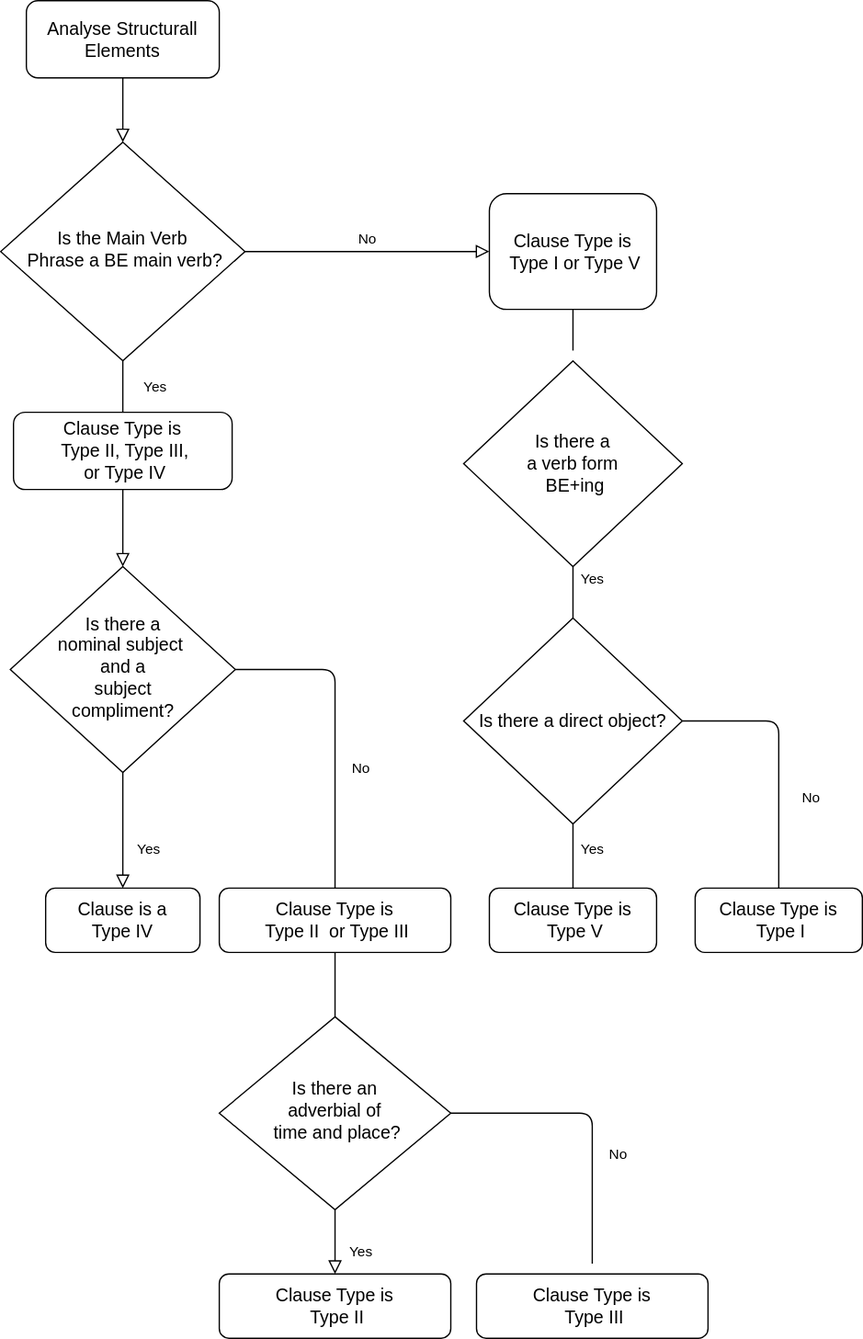
Before: Resources/clause_identification_flowchart.svg, a diagram exported from draw.io (johnosbb/NLP). Source tidied: cells renumbered, new cells last; positions are measured from the earlier drawing's top-left corner, leaving out a move shared by most shapes. The source it was exported from:
```xml
<mxGraphModel>
  <root>
    <mxCell id="0" />
    <mxCell id="1" parent="0" />
    <mxCell id="2" style="rounded=0;html=1;jettySize=auto;fontSize=11;endArrow=block;endFill=0;endSize=8;strokeWidth=1;shadow=0;labelBackgroundColor=none;edgeStyle=orthogonalEdgeStyle;" parent="1" edge="1" source="3" target="6">
      <mxGeometry relative="1" as="geometry" />
    </mxCell>
    <mxCell id="3" value="&lt;font style=&quot;font-size: 14px&quot;&gt;Analyse Structurall Elements&lt;/font&gt;" style="rounded=1;whiteSpace=wrap;html=1;fontSize=12;glass=0;strokeWidth=1;shadow=0;" parent="1" vertex="1">
      <mxGeometry x="20" width="150" height="60" as="geometry" />
    </mxCell>
    <mxCell id="4" value="Yes" style="rounded=0;html=1;jettySize=auto;fontSize=11;endArrow=block;endFill=0;endSize=8;strokeWidth=1;shadow=0;labelBackgroundColor=none;edgeStyle=orthogonalEdgeStyle;startArrow=none;" parent="1" edge="1" source="12" target="9">
      <mxGeometry x="-1" y="84" relative="1" as="geometry">
        <mxPoint x="-59" y="-80" as="offset" />
      </mxGeometry>
    </mxCell>
    <mxCell id="5" value="No" style="edgeStyle=orthogonalEdgeStyle;rounded=0;html=1;jettySize=auto;fontSize=11;endArrow=block;endFill=0;endSize=8;strokeWidth=1;shadow=0;labelBackgroundColor=none;" parent="1" edge="1" source="6" target="7">
      <mxGeometry y="10" relative="1" as="geometry" />
    </mxCell>
    <mxCell id="6" value="&lt;span style=&quot;font-family: &amp;#34;arial&amp;#34; , &amp;#34;helvetica&amp;#34; , sans-serif ; font-size: 14px ; text-align: left ; background-color: rgb(255 , 255 , 255)&quot;&gt;Is the Main Verb&lt;br&gt;&amp;nbsp;Phrase a BE main verb?&lt;/span&gt;" style="rhombus;whiteSpace=wrap;html=1;shadow=0;fontFamily=Helvetica;fontSize=12;align=center;strokeWidth=1;spacing=6;spacingTop=-4;" parent="1" vertex="1">
      <mxGeometry y="110" width="190" height="170" as="geometry" />
    </mxCell>
    <mxCell id="7" value="&lt;span style=&quot;font-family: &amp;#34;arial&amp;#34; , &amp;#34;helvetica&amp;#34; , sans-serif ; font-size: 14px ; text-align: left ; background-color: rgb(255 , 255 , 255)&quot;&gt;Clause Type is&lt;br&gt;&amp;nbsp;Type I or Type V&lt;/span&gt;" style="rounded=1;whiteSpace=wrap;html=1;fontSize=12;glass=0;strokeWidth=1;shadow=0;" parent="1" vertex="1">
      <mxGeometry x="380" y="150" width="130" height="90" as="geometry" />
    </mxCell>
    <mxCell id="8" value="Yes" style="rounded=0;html=1;jettySize=auto;fontSize=11;endArrow=block;endFill=0;endSize=8;strokeWidth=1;shadow=0;labelBackgroundColor=none;edgeStyle=orthogonalEdgeStyle;" parent="1" edge="1" source="9" target="10">
      <mxGeometry x="0.33" y="20" relative="1" as="geometry" />
    </mxCell>
    <mxCell id="9" value="&lt;font style=&quot;font-size: 14px&quot;&gt;Is there a &lt;br&gt;nominal subject&amp;nbsp;&lt;br&gt;&amp;nbsp;and a&amp;nbsp;&lt;br&gt;subject &lt;br&gt;compliment?&lt;/font&gt;" style="rhombus;whiteSpace=wrap;html=1;shadow=0;fontFamily=Helvetica;fontSize=12;align=center;strokeWidth=1;spacing=6;spacingTop=-4;" parent="1" vertex="1">
      <mxGeometry x="7.5" y="440" width="175" height="160" as="geometry" />
    </mxCell>
    <mxCell id="10" value="&lt;span style=&quot;font-family: &amp;#34;arial&amp;#34; , &amp;#34;helvetica&amp;#34; , sans-serif ; font-size: 14px ; text-align: left ; background-color: rgb(255 , 255 , 255)&quot;&gt;Clause is a &lt;br&gt;Type IV&lt;/span&gt;" style="rounded=1;whiteSpace=wrap;html=1;fontSize=12;glass=0;strokeWidth=1;shadow=0;" parent="1" vertex="1">
      <mxGeometry x="35" y="690" width="120" height="50" as="geometry" />
    </mxCell>
    <mxCell id="11" value="&lt;font style=&quot;font-size: 14px&quot;&gt;Is there a &lt;br&gt;a verb form&lt;br&gt;&amp;nbsp;BE+ing&lt;/font&gt;" style="rhombus;whiteSpace=wrap;html=1;hachureGap=4;" parent="1" vertex="1">
      <mxGeometry x="360" y="280" width="170" height="160" as="geometry" />
    </mxCell>
    <mxCell id="12" value="&lt;span style=&quot;font-family: &amp;#34;arial&amp;#34; , &amp;#34;helvetica&amp;#34; , sans-serif ; font-size: 14px ; text-align: left ; background-color: rgb(255 , 255 , 255)&quot;&gt;Clause Type is&lt;/span&gt;&lt;br style=&quot;font-family: &amp;#34;arial&amp;#34; , &amp;#34;helvetica&amp;#34; , sans-serif ; font-size: 14px ; text-align: left&quot;&gt;&lt;span style=&quot;font-family: &amp;#34;arial&amp;#34; , &amp;#34;helvetica&amp;#34; , sans-serif ; font-size: 14px ; text-align: left ; background-color: rgb(255 , 255 , 255)&quot;&gt;&amp;nbsp;Type II, Type III,&lt;/span&gt;&lt;br style=&quot;font-family: &amp;#34;arial&amp;#34; , &amp;#34;helvetica&amp;#34; , sans-serif ; font-size: 14px ; text-align: left&quot;&gt;&lt;span style=&quot;font-family: &amp;#34;arial&amp;#34; , &amp;#34;helvetica&amp;#34; , sans-serif ; font-size: 14px ; text-align: left ; background-color: rgb(255 , 255 , 255)&quot;&gt;&amp;nbsp;or Type IV&lt;/span&gt;" style="rounded=1;whiteSpace=wrap;html=1;hachureGap=4;" parent="1" vertex="1">
      <mxGeometry x="10" y="320" width="170" height="60" as="geometry" />
    </mxCell>
    <mxCell id="13" style="rounded=0;html=1;jettySize=auto;fontSize=11;endArrow=none;endFill=0;endSize=8;strokeWidth=1;shadow=0;labelBackgroundColor=none;edgeStyle=orthogonalEdgeStyle;" parent="1" edge="1" source="6" target="12">
      <mxGeometry y="20" relative="1" as="geometry" />
    </mxCell>
    <mxCell id="14" value="&lt;span style=&quot;font-family: &amp;#34;arial&amp;#34; , &amp;#34;helvetica&amp;#34; , sans-serif ; font-size: 14px ; text-align: left ; background-color: rgb(255 , 255 , 255)&quot;&gt;Clause Type is&lt;br&gt;&amp;nbsp;Type V&lt;/span&gt;" style="rounded=1;whiteSpace=wrap;html=1;fontSize=12;glass=0;strokeWidth=1;shadow=0;" parent="1" vertex="1">
      <mxGeometry x="380" y="690" width="130" height="50" as="geometry" />
    </mxCell>
    <mxCell id="15" value="&lt;font style=&quot;font-size: 14px&quot;&gt;Is there a direct object?&lt;/font&gt;" style="rhombus;whiteSpace=wrap;html=1;hachureGap=4;" parent="1" vertex="1">
      <mxGeometry x="360" y="480" width="170" height="160" as="geometry" />
    </mxCell>
    <mxCell id="16" value="&lt;span style=&quot;font-family: &amp;#34;arial&amp;#34; , &amp;#34;helvetica&amp;#34; , sans-serif ; font-size: 14px ; text-align: left ; background-color: rgb(255 , 255 , 255)&quot;&gt;Clause Type is&lt;/span&gt;&lt;br style=&quot;font-family: &amp;#34;arial&amp;#34; , &amp;#34;helvetica&amp;#34; , sans-serif ; font-size: 14px ; text-align: left&quot;&gt;&lt;span style=&quot;font-family: &amp;#34;arial&amp;#34; , &amp;#34;helvetica&amp;#34; , sans-serif ; font-size: 14px ; text-align: left ; background-color: rgb(255 , 255 , 255)&quot;&gt;&amp;nbsp;Type II&amp;nbsp; or Type III&lt;/span&gt;" style="rounded=1;whiteSpace=wrap;html=1;fontSize=12;glass=0;strokeWidth=1;shadow=0;" parent="1" vertex="1">
      <mxGeometry x="170" y="690" width="180" height="50" as="geometry" />
    </mxCell>
    <mxCell id="17" value="No" style="endArrow=none;html=1;startSize=14;endSize=14;sourcePerimeterSpacing=8;targetPerimeterSpacing=8;entryX=1;entryY=0.5;entryDx=0;entryDy=0;exitX=0.5;exitY=0;exitDx=0;exitDy=0;" parent="1" edge="1" source="16" target="9">
      <mxGeometry x="-0.25" y="-20" relative="1" as="geometry">
        <Array as="points">
          <mxPoint x="260" y="520" />
        </Array>
      </mxGeometry>
    </mxCell>
    <mxCell id="18" style="endArrow=none;html=1;startSize=14;endSize=14;sourcePerimeterSpacing=8;targetPerimeterSpacing=8;entryX=0.5;entryY=1;entryDx=0;entryDy=0;" parent="1" edge="1" source="11" target="7">
      <mxGeometry relative="1" as="geometry" />
    </mxCell>
    <mxCell id="19" value="Yes" style="endArrow=none;html=1;startSize=14;endSize=14;sourcePerimeterSpacing=8;targetPerimeterSpacing=8;entryX=0.5;entryY=1;entryDx=0;entryDy=0;" parent="1" edge="1" target="11">
      <mxGeometry x="0.5" y="-15" relative="1" as="geometry">
        <mxPoint x="445" y="480" as="sourcePoint" />
      </mxGeometry>
    </mxCell>
    <mxCell id="20" value="Yes" style="endArrow=none;html=1;startSize=14;endSize=14;sourcePerimeterSpacing=8;targetPerimeterSpacing=8;entryX=0.5;entryY=1;entryDx=0;entryDy=0;exitX=0.5;exitY=0;exitDx=0;exitDy=0;" parent="1" edge="1" source="14" target="15">
      <mxGeometry x="0.2" y="-15" relative="1" as="geometry" />
    </mxCell>
    <mxCell id="21" value="&lt;span style=&quot;font-family: &amp;#34;arial&amp;#34; , &amp;#34;helvetica&amp;#34; , sans-serif ; font-size: 14px ; text-align: left ; background-color: rgb(255 , 255 , 255)&quot;&gt;Clause Type is&lt;br&gt;&amp;nbsp;Type I&lt;/span&gt;" style="rounded=1;whiteSpace=wrap;html=1;fontSize=12;glass=0;strokeWidth=1;shadow=0;" parent="1" vertex="1">
      <mxGeometry x="540" y="690" width="130" height="50" as="geometry" />
    </mxCell>
    <mxCell id="22" value="No" style="endArrow=none;html=1;startSize=14;endSize=14;sourcePerimeterSpacing=8;targetPerimeterSpacing=8;entryX=1;entryY=0.5;entryDx=0;entryDy=0;exitX=0.5;exitY=0;exitDx=0;exitDy=0;" parent="1" edge="1" source="21" target="15">
      <mxGeometry x="-0.32" y="-25" relative="1" as="geometry">
        <Array as="points">
          <mxPoint x="605" y="560" />
        </Array>
      </mxGeometry>
    </mxCell>
    <mxCell id="23" value="&lt;font style=&quot;font-size: 14px&quot;&gt;Is there an &lt;br&gt;adverbial of&lt;br&gt;&amp;nbsp;time and place?&lt;/font&gt;" style="rhombus;whiteSpace=wrap;html=1;shadow=0;fontFamily=Helvetica;fontSize=12;align=center;strokeWidth=1;spacing=6;spacingTop=-4;" parent="1" vertex="1">
      <mxGeometry x="170" y="790" width="180" height="150" as="geometry" />
    </mxCell>
    <mxCell id="24" value="&lt;span style=&quot;font-family: &amp;#34;arial&amp;#34; , &amp;#34;helvetica&amp;#34; , sans-serif ; font-size: 14px ; text-align: left ; background-color: rgb(255 , 255 , 255)&quot;&gt;Clause Type is&lt;/span&gt;&lt;br style=&quot;font-family: &amp;#34;arial&amp;#34; , &amp;#34;helvetica&amp;#34; , sans-serif ; font-size: 14px ; text-align: left&quot;&gt;&lt;span style=&quot;font-family: &amp;#34;arial&amp;#34; , &amp;#34;helvetica&amp;#34; , sans-serif ; font-size: 14px ; text-align: left ; background-color: rgb(255 , 255 , 255)&quot;&gt;&amp;nbsp;Type II&lt;/span&gt;" style="rounded=1;whiteSpace=wrap;html=1;fontSize=12;glass=0;strokeWidth=1;shadow=0;" parent="1" vertex="1">
      <mxGeometry x="170" y="990" width="180" height="50" as="geometry" />
    </mxCell>
    <mxCell id="25" value="&lt;span style=&quot;font-family: &amp;#34;arial&amp;#34; , &amp;#34;helvetica&amp;#34; , sans-serif ; font-size: 14px ; text-align: left ; background-color: rgb(255 , 255 , 255)&quot;&gt;Clause Type is&lt;/span&gt;&lt;br style=&quot;font-family: &amp;#34;arial&amp;#34; , &amp;#34;helvetica&amp;#34; , sans-serif ; font-size: 14px ; text-align: left&quot;&gt;&lt;span style=&quot;font-family: &amp;#34;arial&amp;#34; , &amp;#34;helvetica&amp;#34; , sans-serif ; font-size: 14px ; text-align: left ; background-color: rgb(255 , 255 , 255)&quot;&gt;&amp;nbsp;Type III&lt;/span&gt;" style="rounded=1;whiteSpace=wrap;html=1;fontSize=12;glass=0;strokeWidth=1;shadow=0;" parent="1" vertex="1">
      <mxGeometry x="370" y="990" width="180" height="50" as="geometry" />
    </mxCell>
    <mxCell id="26" value="Yes" style="rounded=0;html=1;jettySize=auto;fontSize=11;endArrow=block;endFill=0;endSize=8;strokeWidth=1;shadow=0;labelBackgroundColor=none;edgeStyle=orthogonalEdgeStyle;entryX=0.5;entryY=0;entryDx=0;entryDy=0;" parent="1" edge="1" target="24">
      <mxGeometry x="0.33" y="20" relative="1" as="geometry">
        <mxPoint x="260" y="940" as="sourcePoint" />
      </mxGeometry>
    </mxCell>
    <mxCell id="27" value="No" style="endArrow=none;html=1;startSize=14;endSize=14;sourcePerimeterSpacing=8;targetPerimeterSpacing=8;entryX=1;entryY=0.5;entryDx=0;entryDy=0;" parent="1" edge="1" source="25" target="23">
      <mxGeometry x="-0.25" y="-20" relative="1" as="geometry">
        <Array as="points">
          <mxPoint x="460" y="865" />
        </Array>
      </mxGeometry>
    </mxCell>
    <mxCell id="28" style="endArrow=none;html=1;startSize=14;endSize=14;sourcePerimeterSpacing=8;targetPerimeterSpacing=8;entryX=0.5;entryY=1;entryDx=0;entryDy=0;exitX=0.5;exitY=0;exitDx=0;exitDy=0;" parent="1" edge="1" source="23" target="16">
      <mxGeometry relative="1" as="geometry" />
    </mxCell>
  </root>
</mxGraphModel>
```
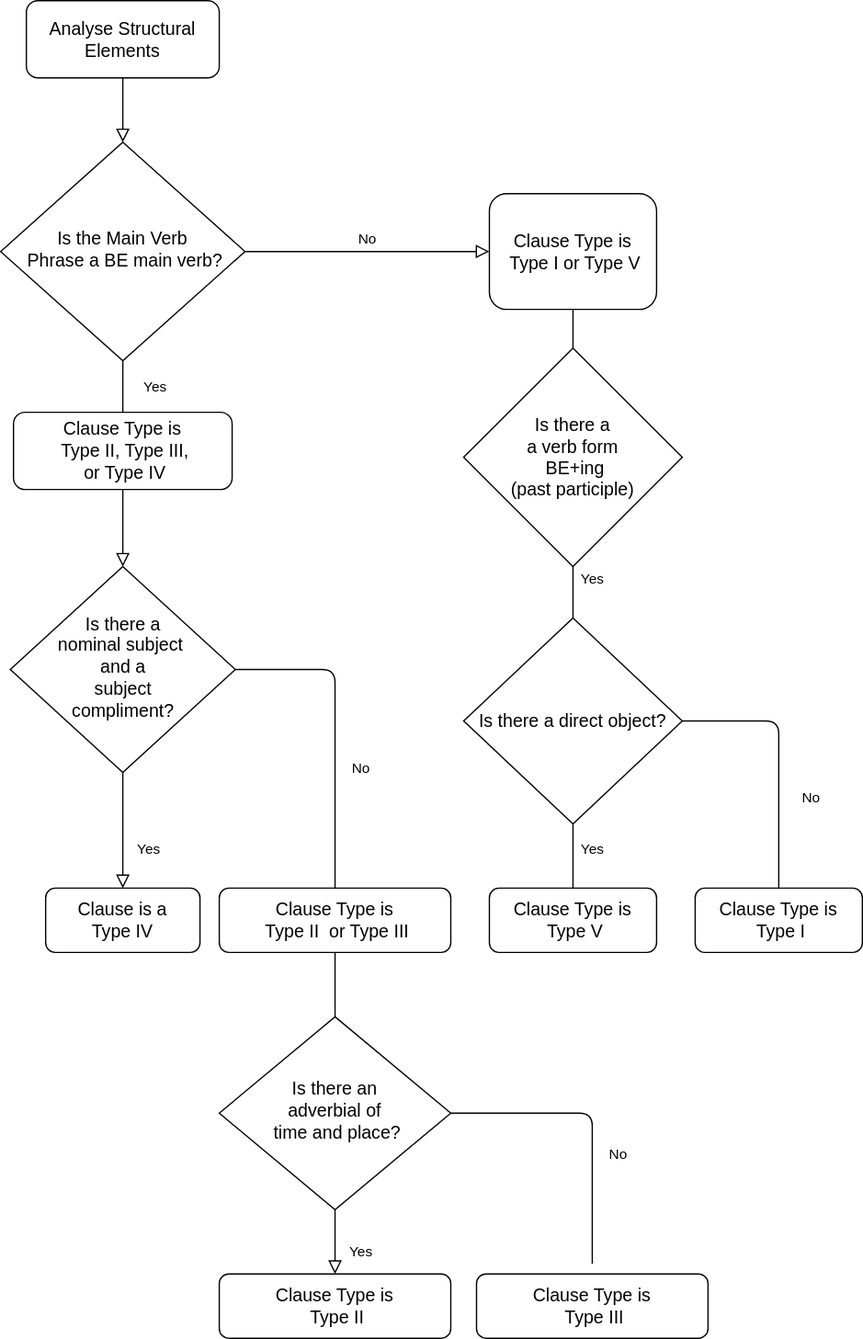
Later version of the same file.

What changed in the source:
```diff
@@ -5,7 +5,7 @@
     <mxCell id="2" style="rounded=0;html=1;jettySize=auto;fontSize=11;endArrow=block;endFill=0;endSize=8;strokeWidth=1;shadow=0;labelBackgroundColor=none;edgeStyle=orthogonalEdgeStyle;" parent="1" edge="1" source="3" target="6">
       <mxGeometry relative="1" as="geometry" />
     </mxCell>
-    <mxCell id="3" value="&lt;font style=&quot;font-size: 14px&quot;&gt;Analyse Structurall Elements&lt;/font&gt;" style="rounded=1;whiteSpace=wrap;html=1;fontSize=12;glass=0;strokeWidth=1;shadow=0;" parent="1" vertex="1">
+    <mxCell id="3" value="&lt;font style=&quot;font-size: 14px&quot;&gt;Analyse Structural Elements&lt;/font&gt;" style="rounded=1;whiteSpace=wrap;html=1;fontSize=12;glass=0;strokeWidth=1;shadow=0;" parent="1" vertex="1">
       <mxGeometry x="20" width="150" height="60" as="geometry" />
     </mxCell>
     <mxCell id="4" value="Yes" style="rounded=0;html=1;jettySize=auto;fontSize=11;endArrow=block;endFill=0;endSize=8;strokeWidth=1;shadow=0;labelBackgroundColor=none;edgeStyle=orthogonalEdgeStyle;startArrow=none;" parent="1" edge="1" source="12" target="9">
@@ -31,8 +31,8 @@
     <mxCell id="10" value="&lt;span style=&quot;font-family: &amp;#34;arial&amp;#34; , &amp;#34;helvetica&amp;#34; , sans-serif ; font-size: 14px ; text-align: left ; background-color: rgb(255 , 255 , 255)&quot;&gt;Clause is a &lt;br&gt;Type IV&lt;/span&gt;" style="rounded=1;whiteSpace=wrap;html=1;fontSize=12;glass=0;strokeWidth=1;shadow=0;" parent="1" vertex="1">
       <mxGeometry x="35" y="690" width="120" height="50" as="geometry" />
     </mxCell>
-    <mxCell id="11" value="&lt;font style=&quot;font-size: 14px&quot;&gt;Is there a &lt;br&gt;a verb form&lt;br&gt;&amp;nbsp;BE+ing&lt;/font&gt;" style="rhombus;whiteSpace=wrap;html=1;hachureGap=4;" parent="1" vertex="1">
-      <mxGeometry x="360" y="280" width="170" height="160" as="geometry" />
+    <mxCell id="11" value="&lt;font style=&quot;font-size: 14px&quot;&gt;Is there a &lt;br&gt;a verb form&lt;br&gt;&amp;nbsp;BE+ing&lt;br&gt;(past participle)&lt;br&gt;&lt;/font&gt;" style="rhombus;whiteSpace=wrap;html=1;hachureGap=4;" parent="1" vertex="1">
+      <mxGeometry x="360" y="270" width="170" height="170" as="geometry" />
     </mxCell>
     <mxCell id="12" value="&lt;span style=&quot;font-family: &amp;#34;arial&amp;#34; , &amp;#34;helvetica&amp;#34; , sans-serif ; font-size: 14px ; text-align: left ; background-color: rgb(255 , 255 , 255)&quot;&gt;Clause Type is&lt;/span&gt;&lt;br style=&quot;font-family: &amp;#34;arial&amp;#34; , &amp;#34;helvetica&amp;#34; , sans-serif ; font-size: 14px ; text-align: left&quot;&gt;&lt;span style=&quot;font-family: &amp;#34;arial&amp;#34; , &amp;#34;helvetica&amp;#34; , sans-serif ; font-size: 14px ; text-align: left ; background-color: rgb(255 , 255 , 255)&quot;&gt;&amp;nbsp;Type II, Type III,&lt;/span&gt;&lt;br style=&quot;font-family: &amp;#34;arial&amp;#34; , &amp;#34;helvetica&amp;#34; , sans-serif ; font-size: 14px ; text-align: left&quot;&gt;&lt;span style=&quot;font-family: &amp;#34;arial&amp;#34; , &amp;#34;helvetica&amp;#34; , sans-serif ; font-size: 14px ; text-align: left ; background-color: rgb(255 , 255 , 255)&quot;&gt;&amp;nbsp;or Type IV&lt;/span&gt;" style="rounded=1;whiteSpace=wrap;html=1;hachureGap=4;" parent="1" vertex="1">
       <mxGeometry x="10" y="320" width="170" height="60" as="geometry" />
@@ -56,7 +56,7 @@
         </Array>
       </mxGeometry>
     </mxCell>
-    <mxCell id="18" style="endArrow=none;html=1;startSize=14;endSize=14;sourcePerimeterSpacing=8;targetPerimeterSpacing=8;entryX=0.5;entryY=1;entryDx=0;entryDy=0;" parent="1" edge="1" source="11" target="7">
+    <mxCell id="18" style="endArrow=none;html=1;startSize=14;endSize=14;sourcePerimeterSpacing=8;targetPerimeterSpacing=8;entryX=0.5;entryY=1;entryDx=0;entryDy=0;exitX=0.5;exitY=0;exitDx=0;exitDy=0;" parent="1" edge="1" source="11" target="7">
       <mxGeometry relative="1" as="geometry" />
     </mxCell>
     <mxCell id="19" value="Yes" style="endArrow=none;html=1;startSize=14;endSize=14;sourcePerimeterSpacing=8;targetPerimeterSpacing=8;entryX=0.5;entryY=1;entryDx=0;entryDy=0;" parent="1" edge="1" target="11">
```
